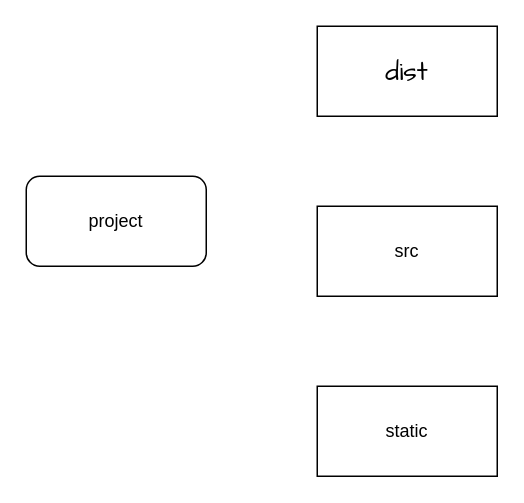
Before: 项目目录.drawio in jianmofashi/test, a draw.io diagram. Source tidied: cells renumbered, new cells numbered last; positions are measured from the earlier drawing's top-left corner, leaving out a move shared by most shapes. Both pictures are drawn from the tidied source at 150%, with x=0, y=0 at pixel (26, 26).
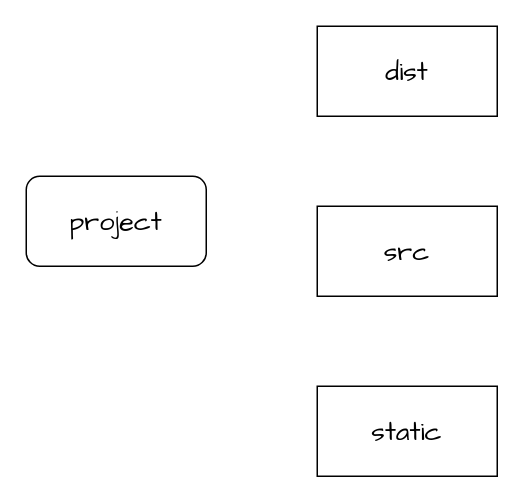
After the change.

Commit message (it also covers changes not shown here):
更新项目目录.drawio

Change to the diagram source:
```diff
@@
 <mxGraphModel>
   <root>
     <mxCell id="0" />
     <mxCell id="1" parent="0" />
-    <mxCell id="2" value="project" style="rounded=1;whiteSpace=wrap;html=1;" parent="1" vertex="1">
+    <mxCell id="2" value="&lt;font style=&quot;font-size: 18px;&quot; face=&quot;Comic Sans MS&quot;&gt;project&lt;/font&gt;" style="rounded=1;whiteSpace=wrap;html=1;" parent="1" vertex="1">
       <mxGeometry y="100" width="120" height="60" as="geometry" />
     </mxCell>
     <mxCell id="3" value="&lt;font style=&quot;font-size: 18px;&quot; face=&quot;Comic Sans MS&quot;&gt;dist&lt;/font&gt;" style="rounded=0;whiteSpace=wrap;html=1;fillColor=#FFFFFF;" parent="1" vertex="1">
       <mxGeometry x="194" width="120" height="60" as="geometry" />
     </mxCell>
-    <mxCell id="4" value="src" style="rounded=0;whiteSpace=wrap;html=1;" parent="1" vertex="1">
+    <mxCell id="4" value="&lt;font style=&quot;font-size: 18px;&quot; face=&quot;Comic Sans MS&quot;&gt;src&lt;/font&gt;" style="rounded=0;whiteSpace=wrap;html=1;" parent="1" vertex="1">
       <mxGeometry x="194" y="120" width="120" height="60" as="geometry" />
     </mxCell>
-    <mxCell id="5" value="static" style="rounded=0;whiteSpace=wrap;html=1;" parent="1" vertex="1">
+    <mxCell id="5" value="&lt;font style=&quot;font-size: 18px;&quot; face=&quot;Comic Sans MS&quot;&gt;static&lt;/font&gt;" style="rounded=0;whiteSpace=wrap;html=1;" parent="1" vertex="1">
       <mxGeometry x="194" y="240" width="120" height="60" as="geometry" />
     </mxCell>
   </root>
 </mxGraphModel>
```
